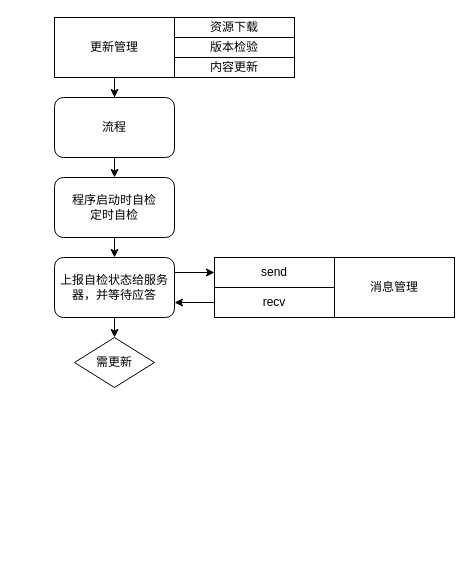
Above: waresyncanalysis.drawio in luyaobin/drawDocs (draw.io), before the change. Source tidied: cells renumbered, new cells numbered last; positions are measured from the earlier drawing's top-left corner, leaving out a move shared by most shapes. Both pictures are drawn from the tidied source at 100%, with x=0, y=0 at pixel (54, 17).
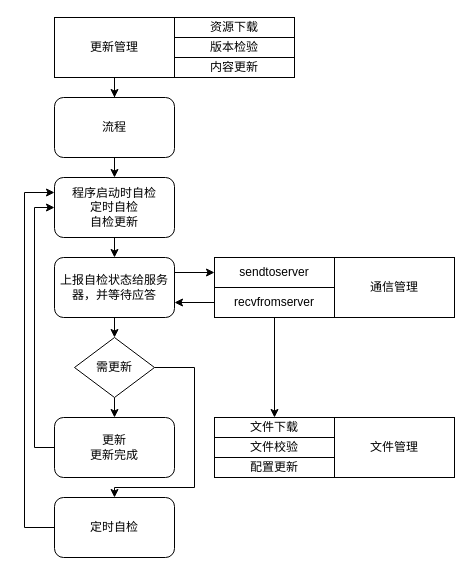
After the change.

Diff of the diagram source:
```diff
@@
-    <mxCell id="2" value="消息管理" style="rounded=0;whiteSpace=wrap;html=1;" parent="1" vertex="1">
+    <mxCell id="2" value="通信管理" style="rounded=0;whiteSpace=wrap;html=1;" parent="1" vertex="1">
       <mxGeometry x="280" y="240" width="120" height="60" as="geometry" />
     </mxCell>
-    <mxCell id="3" value="send" style="rounded=0;whiteSpace=wrap;html=1;" parent="1" vertex="1">
+    <mxCell id="3" value="sendtoserver" style="rounded=0;whiteSpace=wrap;html=1;" parent="1" vertex="1">
       <mxGeometry x="160" y="240" width="120" height="30" as="geometry" />
     </mxCell>
@@
+    <mxCell id="20" style="edgeStyle=orthogonalEdgeStyle;rounded=0;jettySize=auto;html=1;exitX=0.5;exitY=1;exitDx=0;exitDy=0;" parent="1" edge="1" source="5" target="24">
+      <mxGeometry relative="1" as="geometry" />
+    </mxCell>
-    <mxCell id="5" value="recv" style="rounded=0;whiteSpace=wrap;html=1;" parent="1" vertex="1">
+    <mxCell id="5" value="recvfromserver" style="rounded=0;whiteSpace=wrap;html=1;" parent="1" vertex="1">
       <mxGeometry x="160" y="270" width="120" height="30" as="geometry" />
     </mxCell>
@@
-    <mxCell id="14" value="程序启动时自检&lt;br&gt;定时自检" style="rounded=1;whiteSpace=wrap;html=1;" parent="1" vertex="1">
+    <mxCell id="14" value="程序启动时自检&lt;br&gt;定时自检&lt;br&gt;自检更新" style="rounded=1;whiteSpace=wrap;html=1;" parent="1" vertex="1">
       <mxGeometry y="160" width="120" height="60" as="geometry" />
     </mxCell>
@@
+    <mxCell id="21" style="edgeStyle=orthogonalEdgeStyle;rounded=0;jettySize=auto;html=1;exitX=0.5;exitY=1;exitDx=0;exitDy=0;entryX=0.5;entryY=0;entryDx=0;entryDy=0;" parent="1" edge="1" source="18" target="28">
+      <mxGeometry relative="1" as="geometry" />
+    </mxCell>
+    <mxCell id="22" style="edgeStyle=orthogonalEdgeStyle;rounded=0;jettySize=auto;html=1;exitX=1;exitY=0.5;exitDx=0;exitDy=0;entryX=0.5;entryY=0;entryDx=0;entryDy=0;" parent="1" edge="1" source="18" target="30">
+      <mxGeometry relative="1" as="geometry">
+        <Array as="points">
+          <mxPoint x="140" y="350" />
+          <mxPoint x="140" y="470" />
+          <mxPoint x="60" y="470" />
+        </Array>
+      </mxGeometry>
+    </mxCell>
     <mxCell id="18" value="需更新" style="rhombus;whiteSpace=wrap;html=1;" parent="1" vertex="1">
-      <mxGeometry x="20" y="320" width="80" height="50" as="geometry" />
+      <mxGeometry x="20" y="320" width="80" height="60" as="geometry" />
     </mxCell>
@@
+    <mxCell id="23" value="文件管理" style="rounded=0;whiteSpace=wrap;html=1;" parent="1" vertex="1">
+      <mxGeometry x="280" y="400" width="120" height="60" as="geometry" />
+    </mxCell>
+    <mxCell id="24" value="文件下载" style="rounded=0;whiteSpace=wrap;html=1;" parent="1" vertex="1">
+      <mxGeometry x="160" y="400" width="120" height="20" as="geometry" />
+    </mxCell>
+    <mxCell id="25" value="文件校验" style="rounded=0;whiteSpace=wrap;html=1;" parent="1" vertex="1">
+      <mxGeometry x="160" y="420" width="120" height="20" as="geometry" />
+    </mxCell>
+    <mxCell id="26" value="配置更新" style="rounded=0;whiteSpace=wrap;html=1;" parent="1" vertex="1">
+      <mxGeometry x="160" y="440" width="120" height="20" as="geometry" />
+    </mxCell>
+    <mxCell id="27" style="edgeStyle=orthogonalEdgeStyle;rounded=0;jettySize=auto;html=1;exitX=0;exitY=0.5;exitDx=0;exitDy=0;entryX=0;entryY=0.5;entryDx=0;entryDy=0;" parent="1" edge="1" source="28" target="14">
+      <mxGeometry relative="1" as="geometry" />
+    </mxCell>
+    <mxCell id="28" value="更新&lt;br&gt;更新完成" style="rounded=1;whiteSpace=wrap;html=1;" parent="1" vertex="1">
+      <mxGeometry y="400" width="120" height="60" as="geometry" />
+    </mxCell>
+    <mxCell id="29" style="edgeStyle=orthogonalEdgeStyle;rounded=0;jettySize=auto;html=1;exitX=0;exitY=0.5;exitDx=0;exitDy=0;entryX=0;entryY=0.25;entryDx=0;entryDy=0;" parent="1" edge="1" source="30" target="14">
+      <mxGeometry relative="1" as="geometry">
+        <Array as="points">
+          <mxPoint x="-30" y="510" />
+          <mxPoint x="-30" y="175" />
+        </Array>
+      </mxGeometry>
+    </mxCell>
+    <mxCell id="30" value="定时自检" style="rounded=1;whiteSpace=wrap;html=1;" parent="1" vertex="1">
+      <mxGeometry y="480" width="120" height="60" as="geometry" />
+    </mxCell>
```
